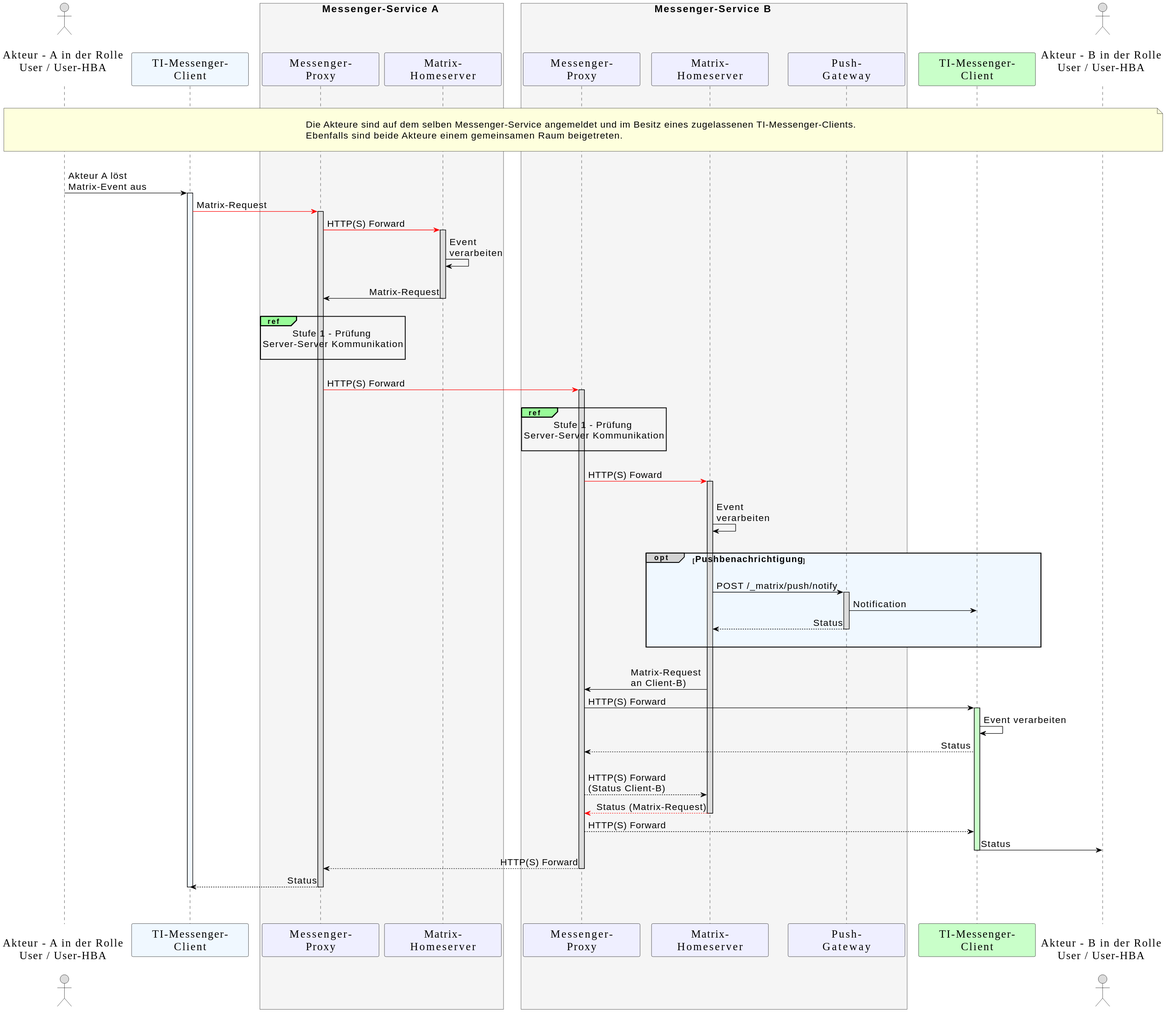
This is images/diagrams/TI-Messenger-Dienst/Ressourcen/UC_10062_Seq.svg from gematik/api-ti-messenger, a PlantUML export, as it was before one commit.
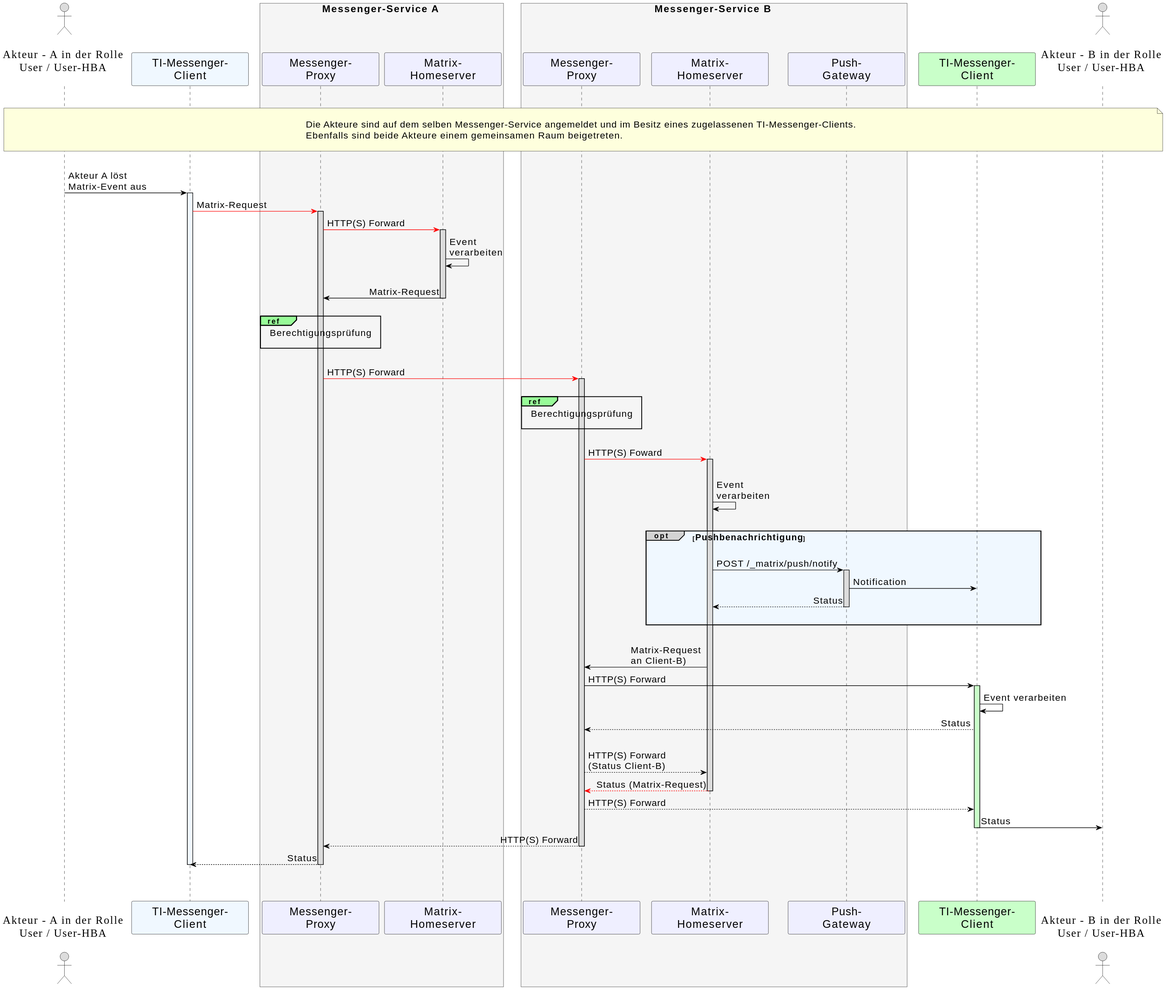
The same diagram one commit later.

Change to the diagram source:
```diff
@@ -14,7 +14,6 @@
 
 ParticipantBorderColor Motivation
 ParticipantBackgroundColor Motivation
-ParticipantFontName Impact
 ParticipantFontSize 20
 ParticipantFontColor black
 ParticipantBorderColor Black
@@ -54,12 +53,12 @@
   MH1->MP1: Matrix-Request
     deactivate MH1
     |||
-    ref over MP1, MP1: <size:17>Stufe 1 - Prüfung \n<size:17>Server-Server Kommunikation</size>\n
+    ref over MP1, MP1: <size:17>Berechtigungsprüfung</size>\n
   |||
   MP1-[#red]>MP2: HTTP(S) Forward
     activate MP2
   |||
-  ref over MP2, MP2: <size:17>Stufe 1 - Prüfung \n<size:17>Server-Server Kommunikation</size>\n
+  ref over MP2, MP2: <size:17>Berechtigungsprüfung</size>\n
   |||
   MP2-[#red]>MH2: HTTP(S) Foward
   |||
```
